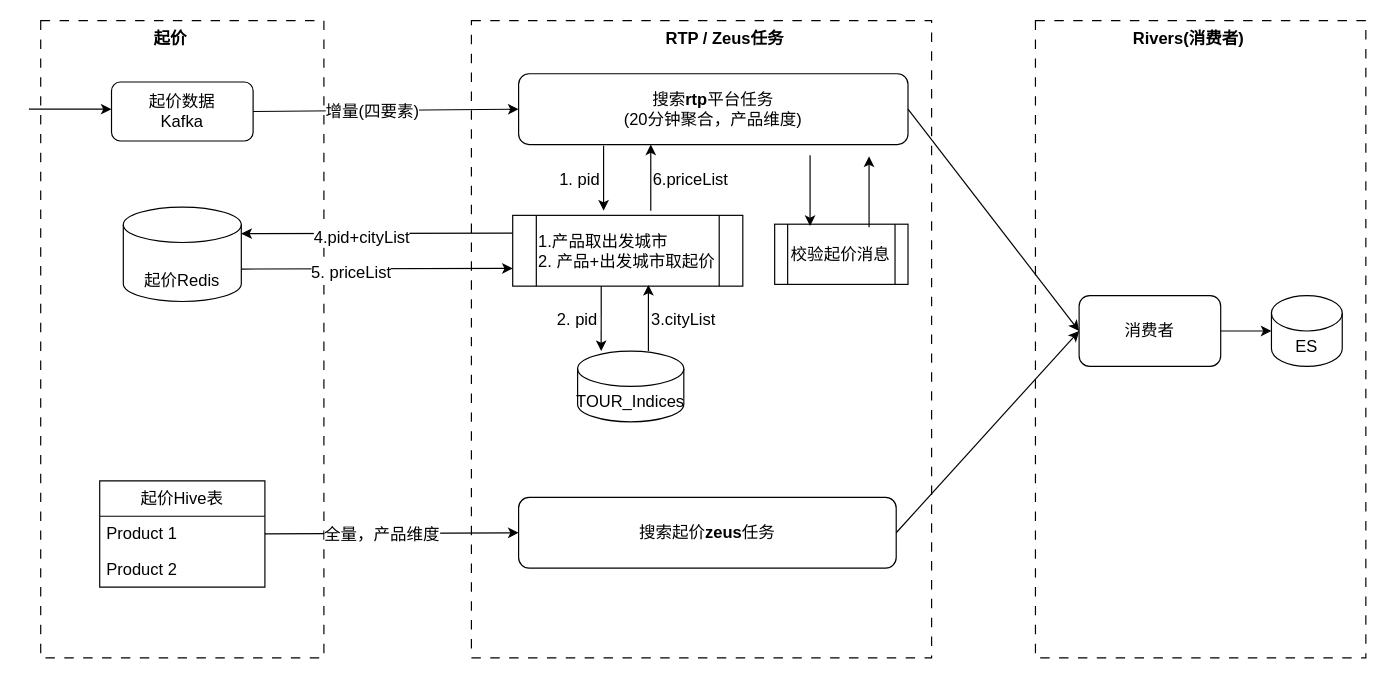
Earlier version of the draw.io diagram 索引起价更新.drawio (haiyang1985/draw-io). Source tidied: cells renumbered, new cells numbered last; positions are measured from the earlier drawing's top-left corner, leaving out a move shared by most shapes. Both pictures are drawn from the tidied source at 118%, with x=0, y=0 at pixel (28, 20).
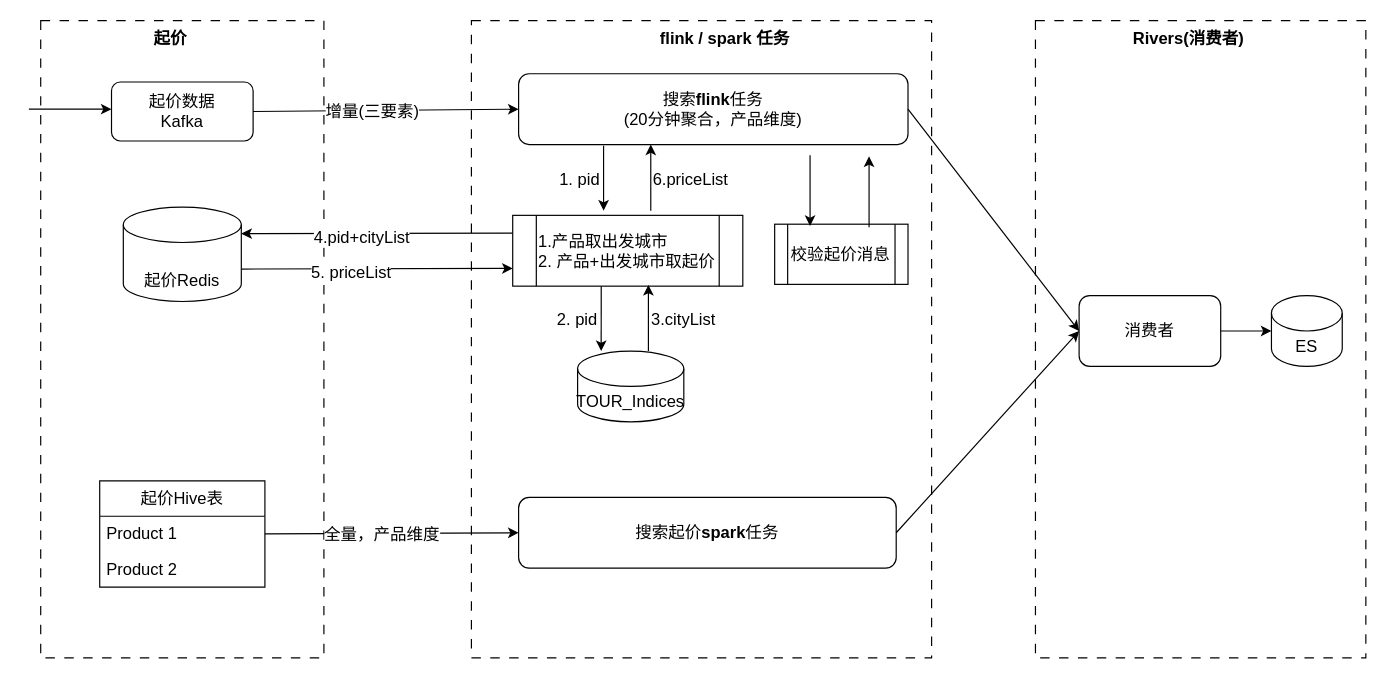
The same page after the edit.

Commit message:
更新索引起价更新.drawio

The change refers to these unchanged cells:
```xml
<mxCell id="10" style="endArrow=classic;html=1;rounded=0;exitX=1;exitY=0.5;exitDx=0;exitDy=0;entryX=0;entryY=0.5;entryDx=0;entryDy=0;fontSize=14;" parent="1" edge="1" source="8" target="9">
  <mxGeometry relative="1" as="geometry" />
</mxCell>
```

Diff of the diagram source:
```diff
@@
-    <mxCell id="6" value="RTP / Zeus任务" style="text;html=1;whiteSpace=wrap;strokeColor=none;fillColor=none;align=center;verticalAlign=middle;rounded=0;fontSize=14;fontStyle=1;" parent="1" vertex="1">
+    <mxCell id="6" value="flink / spark 任务" style="text;html=1;whiteSpace=wrap;strokeColor=none;fillColor=none;align=center;verticalAlign=middle;rounded=0;fontSize=14;fontStyle=1;" parent="1" vertex="1">
       <mxGeometry x="530" width="120" height="30" as="geometry" />
     </mxCell>
@@
-    <mxCell id="9" value="搜索&lt;b&gt;rtp&lt;/b&gt;平台任务&lt;div&gt;(20分钟聚合，产品维度)&lt;/div&gt;" style="rounded=1;whiteSpace=wrap;html=1;fontSize=14;" parent="1" vertex="1">
+    <mxCell id="9" value="搜索&lt;b&gt;flink&lt;/b&gt;任务&lt;div&gt;(20分钟聚合，产品维度)&lt;/div&gt;" style="rounded=1;whiteSpace=wrap;html=1;fontSize=14;" parent="1" vertex="1">
       <mxGeometry x="415" y="45" width="330" height="60" as="geometry" />
     </mxCell>
@@
-    <mxCell id="11" value="增量(四要素&lt;span style=&quot;background-color: light-dark(#ffffff, var(--ge-dark-color, #121212)); color: light-dark(rgb(0, 0, 0), rgb(255, 255, 255));&quot;&gt;)&lt;/span&gt;" style="edgeLabel;html=1;align=center;verticalAlign=middle;fontSize=14;" parent="10" vertex="1">
+    <mxCell id="11" value="增量(三要素&lt;span style=&quot;background-color: light-dark(#ffffff, var(--ge-dark-color, #121212)); color: light-dark(rgb(0, 0, 0), rgb(255, 255, 255));&quot;&gt;)&lt;/span&gt;" style="edgeLabel;html=1;align=center;verticalAlign=middle;fontSize=14;" parent="10" vertex="1">
       <mxGeometry x="-0.1" relative="1" as="geometry" />
     </mxCell>
@@
-    <mxCell id="38" value="搜索起价&lt;b&gt;zeus&lt;/b&gt;任务" style="rounded=1;whiteSpace=wrap;html=1;fontSize=14;" parent="1" vertex="1">
+    <mxCell id="38" value="搜索起价&lt;b&gt;spark&lt;/b&gt;任务" style="rounded=1;whiteSpace=wrap;html=1;fontSize=14;" parent="1" vertex="1">
       <mxGeometry x="415" y="404" width="320" height="60" as="geometry" />
     </mxCell>
```
